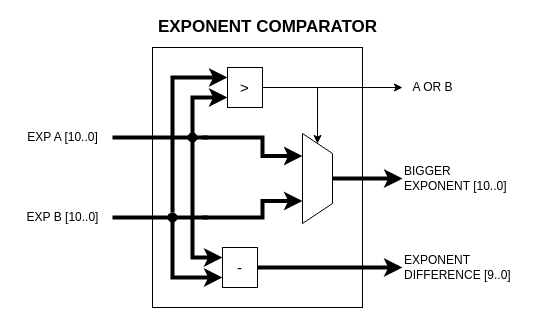
Before: page "Exponent Comparator" (3 of 15) of Diagrams/Floating-point.drawio in hohaicongthuan/Project-2, a draw.io diagram. Source tidied: cells renumbered, new cells numbered last; positions are measured from the earlier drawing's top-left corner, leaving out a move shared by most shapes. Both pictures are drawn from the tidied source at 100%, with x=0, y=0 at pixel (17, 17).
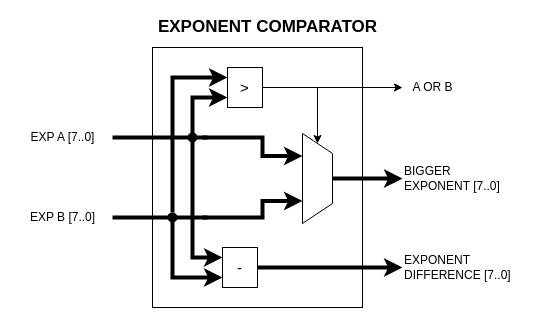
After the change.

Change to the diagram source:
```diff
@@
-    <mxCell id="13" value="BIGGER&lt;br&gt;EXPONENT [10..0]" style="text;html=1;align=left;verticalAlign=middle;strokeColor=none;fillColor=none;" parent="1" vertex="1">
-      <mxGeometry x="385" y="146" width="120" height="30" as="geometry" />
+    <mxCell id="13" value="BIGGER&lt;br&gt;EXPONENT [7..0]" style="text;html=1;align=left;verticalAlign=middle;strokeColor=none;fillColor=none;" parent="1" vertex="1">
+      <mxGeometry x="385" y="146" width="110" height="30" as="geometry" />
     </mxCell>
@@
-    <mxCell id="18" value="EXPONENT&lt;br&gt;DIFFERENCE [9..0]" style="text;html=1;align=left;verticalAlign=middle;strokeColor=none;fillColor=none;" parent="1" vertex="1">
+    <mxCell id="18" value="EXPONENT&lt;br&gt;DIFFERENCE [7..0]" style="text;html=1;align=left;verticalAlign=middle;strokeColor=none;fillColor=none;" parent="1" vertex="1">
       <mxGeometry x="385" y="235" width="120" height="30" as="geometry" />
     </mxCell>
-    <mxCell id="19" value="EXP A [10..0]" style="text;html=1;align=center;verticalAlign=middle;strokeColor=none;fillColor=none;" parent="1" vertex="1">
-      <mxGeometry y="110" width="90" height="20" as="geometry" />
+    <mxCell id="19" value="EXP A [7..0]" style="text;html=1;align=center;verticalAlign=middle;strokeColor=none;fillColor=none;" parent="1" vertex="1">
+      <mxGeometry x="5" y="110" width="80" height="20" as="geometry" />
     </mxCell>
-    <mxCell id="20" value="EXP B [10..0]" style="text;html=1;align=center;verticalAlign=middle;strokeColor=none;fillColor=none;" parent="1" vertex="1">
-      <mxGeometry y="190" width="90" height="20" as="geometry" />
+    <mxCell id="20" value="EXP B [7..0]" style="text;html=1;align=center;verticalAlign=middle;strokeColor=none;fillColor=none;" parent="1" vertex="1">
+      <mxGeometry x="5" y="190" width="80" height="20" as="geometry" />
     </mxCell>
```
